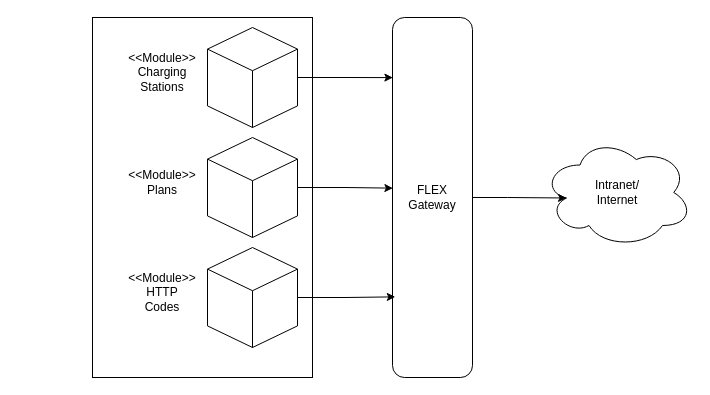
The draw.io diagram drawio/mams/dd-twins/rest-api.drawio in scrodrig/Diagrams, before the edit. Source tidied: cells renumbered, new cells numbered last; positions are measured from the earlier drawing's top-left corner, leaving out a move shared by most shapes. Both pictures are drawn from the tidied source at 100%, with x=0, y=0 at pixel (92, 17). Pictures stored in the file or linked from it are replaced by grey dashed boxes.
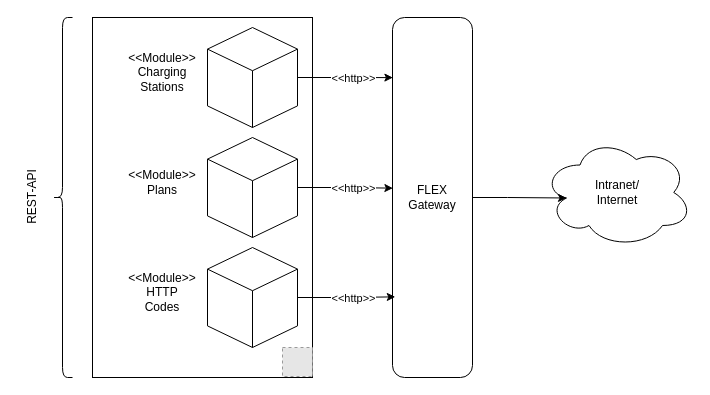
After the change.

The change refers to these unchanged cells:
```xml
<mxCell id="14" style="edgeStyle=orthogonalEdgeStyle;rounded=0;jettySize=auto;html=1;entryX=0.035;entryY=0.776;entryDx=0;entryDy=0;entryPerimeter=0;" parent="1" edge="1" source="5" target="9">
  <mxGeometry relative="1" as="geometry" />
</mxCell>
```

Change to the diagram source:
```diff
@@
+    <mxCell id="15" value="&amp;lt;&amp;lt;http&amp;gt;&amp;gt;" style="edgeLabel;html=1;align=center;verticalAlign=middle;" parent="14" vertex="1">
+      <mxGeometry x="-0.17" y="1" relative="1" as="geometry">
+        <mxPoint x="14" y="1" as="offset" />
+      </mxGeometry>
+    </mxCell>
+    <mxCell id="16" style="fillColor=#E6E6E6;strokeColor=#999999;dashed=1;verticalLabelPosition=bottom;verticalAlign=top;" parent="1" vertex="1">
+      <mxGeometry x="190" y="330" width="30" height="29" as="geometry" />
+    </mxCell>
+    <mxCell id="17" value="&amp;lt;&amp;lt;http&amp;gt;&amp;gt;" style="edgeLabel;html=1;align=center;verticalAlign=middle;" parent="1" vertex="1">
+      <mxGeometry x="260" y="170" as="geometry" />
+    </mxCell>
+    <mxCell id="18" value="&amp;lt;&amp;lt;http&amp;gt;&amp;gt;" style="edgeLabel;html=1;align=center;verticalAlign=middle;" parent="1" vertex="1">
+      <mxGeometry x="260" y="60" as="geometry" />
+    </mxCell>
+    <mxCell id="19" style="shape=curlyBracket;whiteSpace=wrap;html=1;rounded=1;labelPosition=left;verticalLabelPosition=middle;align=right;verticalAlign=middle;" parent="1" vertex="1">
+      <mxGeometry x="-40" width="20" height="360" as="geometry" />
+    </mxCell>
+    <mxCell id="20" value="REST-API" style="text;html=1;align=center;verticalAlign=middle;strokeColor=none;fillColor=none;rotation=-90;" parent="1" vertex="1">
+      <mxGeometry x="-100" y="165" width="80" height="30" as="geometry" />
+    </mxCell>
```
